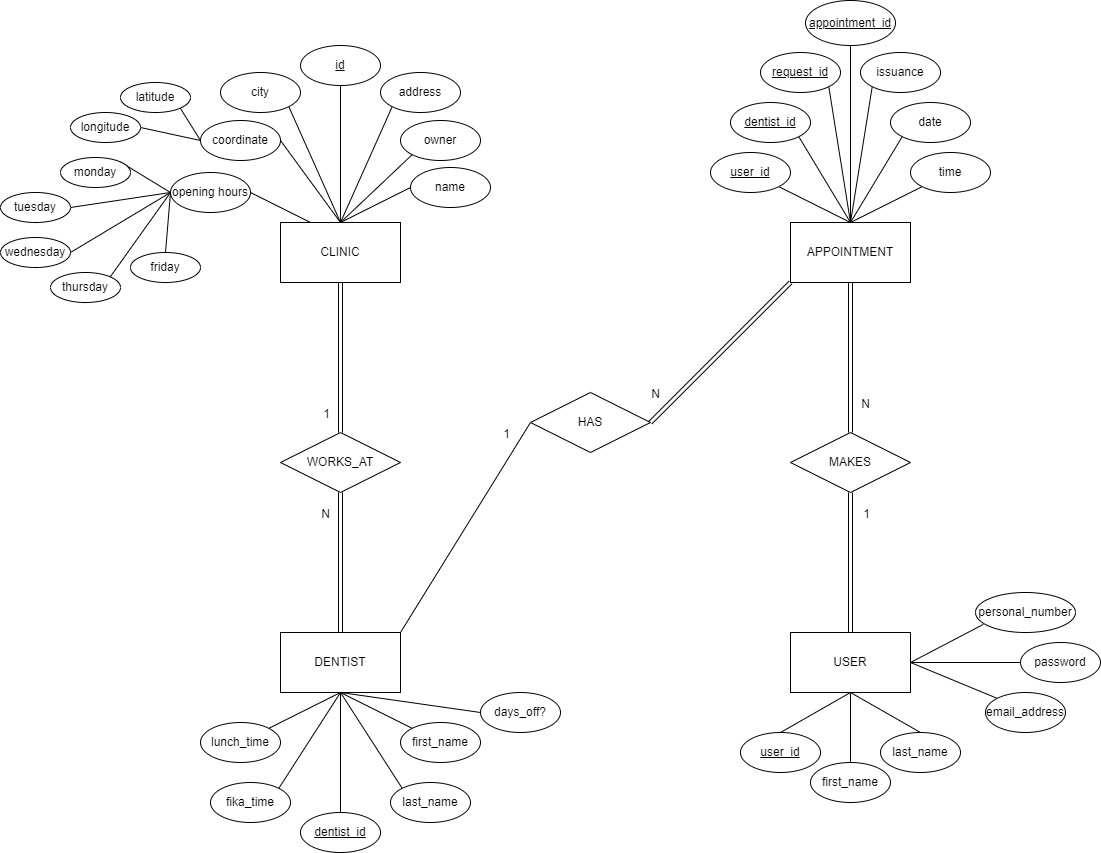
Earlier version of the draw.io export images/ER Diagram.drawio.png (BrakeLightBoy/Dentistimo-Documentation). Source tidied: cells renumbered, new cells last; positions are measured from the earlier drawing's top-left corner, leaving out a move shared by most shapes.
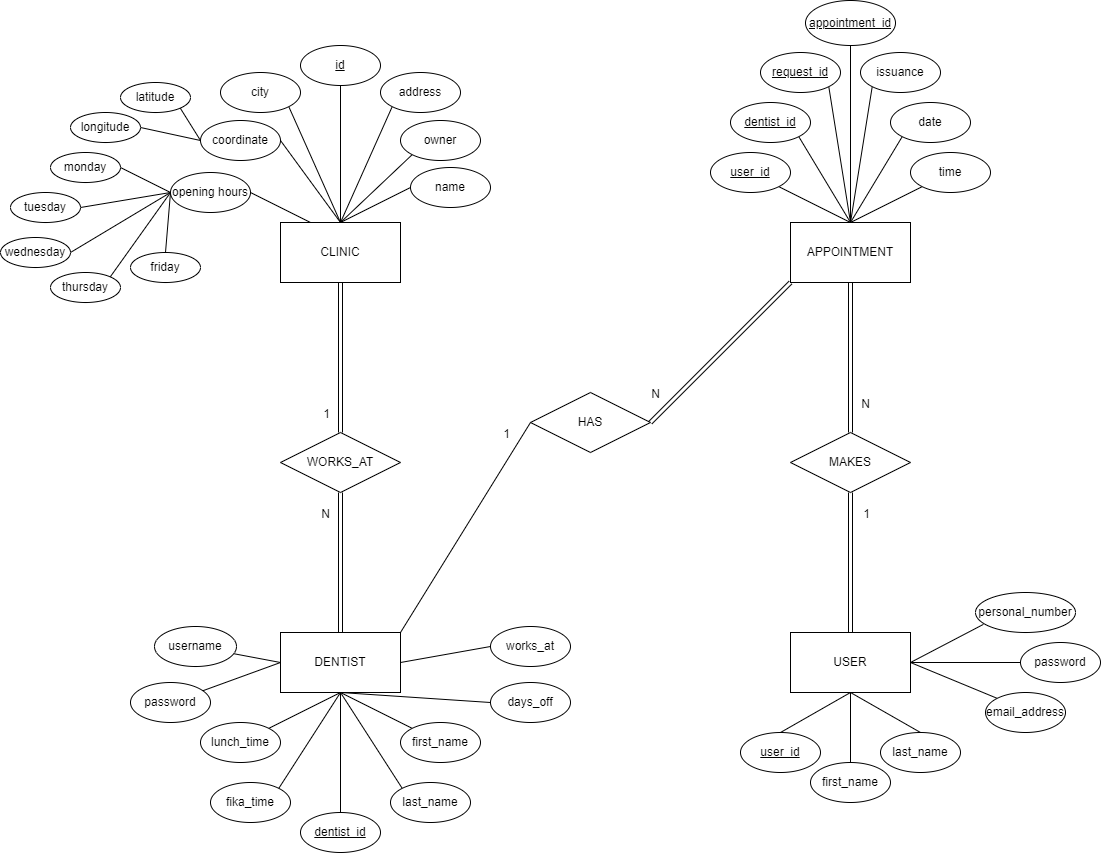
The same diagram one commit later.

Diff of the diagram source:
```diff
@@ -62,7 +62,7 @@
     <mxCell id="21" value="longitude" style="ellipse;whiteSpace=wrap;html=1;" parent="1" vertex="1">
       <mxGeometry x="70" y="112" width="70" height="30" as="geometry" />
     </mxCell>
-    <mxCell id="22" style="edgeStyle=none;rounded=0;jettySize=auto;html=1;exitX=0;exitY=0.5;exitDx=0;exitDy=0;entryX=1;entryY=0;entryDx=0;entryDy=0;endArrow=none;endFill=0;" parent="1" edge="1" source="24" target="25">
+    <mxCell id="22" style="edgeStyle=none;rounded=0;jettySize=auto;html=1;exitX=0;exitY=0.5;exitDx=0;exitDy=0;entryX=1;entryY=0.5;entryDx=0;entryDy=0;endArrow=none;endFill=0;" parent="1" edge="1" source="24" target="25">
       <mxGeometry relative="1" as="geometry" />
     </mxCell>
     <mxCell id="23" style="edgeStyle=none;rounded=0;jettySize=auto;html=1;exitX=1;exitY=0.5;exitDx=0;exitDy=0;entryX=0.25;entryY=0;entryDx=0;entryDy=0;endArrow=none;endFill=0;" parent="1" edge="1" source="24" target="6">
@@ -72,13 +72,13 @@
       <mxGeometry x="170" y="172" width="80" height="40" as="geometry" />
     </mxCell>
     <mxCell id="25" value="monday" style="ellipse;whiteSpace=wrap;html=1;" parent="1" vertex="1">
-      <mxGeometry x="60" y="157" width="70" height="30" as="geometry" />
+      <mxGeometry x="50" y="152" width="70" height="30" as="geometry" />
     </mxCell>
     <mxCell id="26" style="edgeStyle=none;rounded=0;jettySize=auto;html=1;exitX=1;exitY=0.5;exitDx=0;exitDy=0;entryX=0;entryY=0.5;entryDx=0;entryDy=0;endArrow=none;endFill=0;" parent="1" edge="1" source="27" target="24">
       <mxGeometry relative="1" as="geometry" />
     </mxCell>
     <mxCell id="27" value="tuesday" style="ellipse;whiteSpace=wrap;html=1;" parent="1" vertex="1">
-      <mxGeometry y="192" width="70" height="30" as="geometry" />
+      <mxGeometry x="10" y="192" width="70" height="30" as="geometry" />
     </mxCell>
     <mxCell id="28" style="edgeStyle=none;rounded=0;jettySize=auto;html=1;exitX=1;exitY=0.5;exitDx=0;exitDy=0;endArrow=none;endFill=0;entryX=0;entryY=0.5;entryDx=0;entryDy=0;" parent="1" edge="1" source="29" target="24">
       <mxGeometry relative="1" as="geometry" />
@@ -162,6 +162,12 @@
     <mxCell id="51" value="first_name" style="ellipse;whiteSpace=wrap;html=1;" parent="1" vertex="1">
       <mxGeometry x="810" y="762" width="80" height="40" as="geometry" />
     </mxCell>
+    <mxCell id="87" style="rounded=0;jettySize=auto;html=1;endArrow=none;endFill=0;exitX=0;exitY=0.5;exitDx=0;exitDy=0;" parent="1" edge="1" source="52" target="89">
+      <mxGeometry relative="1" as="geometry" />
+    </mxCell>
+    <mxCell id="88" style="rounded=0;jettySize=auto;html=1;exitX=1;exitY=0.5;exitDx=0;exitDy=0;endArrow=none;endFill=0;entryX=0;entryY=0.5;entryDx=0;entryDy=0;" parent="1" edge="1" source="52" target="92">
+      <mxGeometry relative="1" as="geometry" />
+    </mxCell>
     <mxCell id="52" value="DENTIST" style="rounded=0;whiteSpace=wrap;html=1;" parent="1" vertex="1">
       <mxGeometry x="280" y="632" width="120" height="60" as="geometry" />
     </mxCell>
@@ -267,11 +273,23 @@
     <mxCell id="84" style="edgeStyle=none;rounded=0;jettySize=auto;html=1;exitX=1;exitY=0.5;exitDx=0;exitDy=0;endArrow=none;endFill=0;entryX=0.079;entryY=0.797;entryDx=0;entryDy=0;entryPerimeter=0;" parent="1" edge="1" source="4" target="83">
       <mxGeometry relative="1" as="geometry" />
     </mxCell>
-    <mxCell id="85" value="days_off?" style="ellipse;whiteSpace=wrap;html=1;" parent="1" vertex="1">
-      <mxGeometry x="480" y="692" width="80" height="40" as="geometry" />
+    <mxCell id="85" value="days_off" style="ellipse;whiteSpace=wrap;html=1;" parent="1" vertex="1">
+      <mxGeometry x="490" y="682" width="80" height="40" as="geometry" />
     </mxCell>
     <mxCell id="86" style="edgeStyle=none;rounded=0;jettySize=auto;html=1;exitX=0.5;exitY=1;exitDx=0;exitDy=0;endArrow=none;endFill=0;entryX=0;entryY=0.5;entryDx=0;entryDy=0;" parent="1" edge="1" source="52" target="85">
       <mxGeometry relative="1" as="geometry" />
     </mxCell>
+    <mxCell id="89" value="username" style="ellipse;whiteSpace=wrap;html=1;rounded=0;" parent="1" vertex="1">
+      <mxGeometry x="154" y="626" width="82" height="40" as="geometry" />
+    </mxCell>
+    <mxCell id="90" value="password" style="ellipse;whiteSpace=wrap;html=1;" parent="1" vertex="1">
+      <mxGeometry x="130" y="682" width="80" height="40" as="geometry" />
+    </mxCell>
+    <mxCell id="91" style="edgeStyle=none;rounded=0;jettySize=auto;html=1;exitX=0;exitY=0.5;exitDx=0;exitDy=0;endArrow=none;endFill=0;" parent="1" edge="1" source="52" target="90">
+      <mxGeometry relative="1" as="geometry" />
+    </mxCell>
+    <mxCell id="92" value="works_at" style="ellipse;whiteSpace=wrap;html=1;" parent="1" vertex="1">
+      <mxGeometry x="490" y="626" width="80" height="40" as="geometry" />
+    </mxCell>
   </root>
 </mxGraphModel>
```
